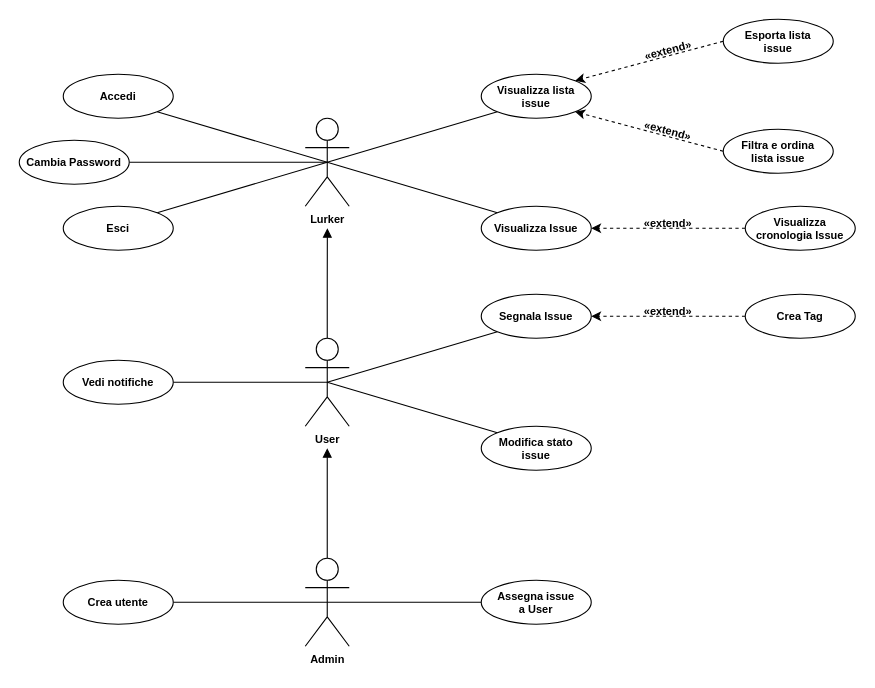
The draw.io diagram Documentazione/use_cases/Unified use cases/use_cases.drawio in Alessandro-uni/BugBoard26, before the edit. Source tidied: cells renumbered, new cells numbered last; positions are measured from the earlier drawing's top-left corner, leaving out a move shared by most shapes. Both pictures are drawn from the tidied source at 110%, with x=0, y=0 at pixel (19, 19).
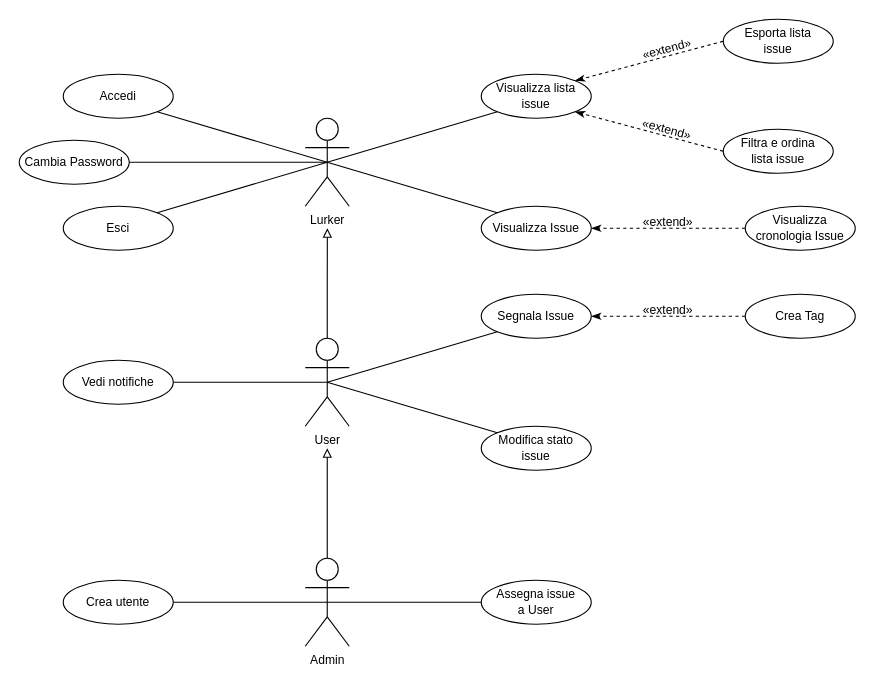
Above is the later version.

Commit message (it also covers changes not shown here):
use cases

Diff of the diagram source:
```diff
@@
-    <mxCell id="2" style="rounded=0;jettySize=auto;html=1;exitX=0.5;exitY=0.5;exitDx=0;exitDy=0;exitPerimeter=0;entryX=1;entryY=0;entryDx=0;entryDy=0;fontStyle=1;fontSize=10;endArrow=none;endFill=0;" parent="1" edge="1" source="7" target="21">
+    <mxCell id="2" style="rounded=0;jettySize=auto;html=1;exitX=0.5;exitY=0.5;exitDx=0;exitDy=0;exitPerimeter=0;entryX=1;entryY=0;entryDx=0;entryDy=0;fontStyle=0;fontSize=11;endArrow=none;endFill=0;labelBackgroundColor=default;" parent="1" edge="1" source="7" target="21">
       <mxGeometry relative="1" as="geometry" />
     </mxCell>
-    <mxCell id="3" style="rounded=0;jettySize=auto;html=1;exitX=0.5;exitY=0.5;exitDx=0;exitDy=0;exitPerimeter=0;entryX=1;entryY=1;entryDx=0;entryDy=0;fontStyle=1;fontSize=10;endArrow=none;endFill=0;" parent="1" edge="1" source="7" target="17">
+    <mxCell id="3" style="rounded=0;jettySize=auto;html=1;exitX=0.5;exitY=0.5;exitDx=0;exitDy=0;exitPerimeter=0;entryX=1;entryY=1;entryDx=0;entryDy=0;fontStyle=0;fontSize=11;endArrow=none;endFill=0;labelBackgroundColor=default;" parent="1" edge="1" source="7" target="17">
       <mxGeometry relative="1" as="geometry" />
     </mxCell>
-    <mxCell id="4" style="rounded=0;jettySize=auto;html=1;exitX=0.5;exitY=0.5;exitDx=0;exitDy=0;exitPerimeter=0;entryX=0;entryY=1;entryDx=0;entryDy=0;fontStyle=1;fontSize=10;endArrow=none;endFill=0;" parent="1" edge="1" source="7" target="22">
+    <mxCell id="4" style="rounded=0;jettySize=auto;html=1;exitX=0.5;exitY=0.5;exitDx=0;exitDy=0;exitPerimeter=0;entryX=0;entryY=1;entryDx=0;entryDy=0;fontStyle=0;fontSize=11;endArrow=none;endFill=0;labelBackgroundColor=default;" parent="1" edge="1" source="7" target="22">
       <mxGeometry relative="1" as="geometry" />
     </mxCell>
-    <mxCell id="5" style="rounded=0;jettySize=auto;html=1;exitX=0.5;exitY=0.5;exitDx=0;exitDy=0;exitPerimeter=0;entryX=0;entryY=0;entryDx=0;entryDy=0;fontStyle=1;fontSize=10;endArrow=none;endFill=0;" parent="1" edge="1" source="7" target="27">
+    <mxCell id="5" style="rounded=0;jettySize=auto;html=1;exitX=0.5;exitY=0.5;exitDx=0;exitDy=0;exitPerimeter=0;entryX=0;entryY=0;entryDx=0;entryDy=0;fontStyle=0;fontSize=11;endArrow=none;endFill=0;labelBackgroundColor=default;" parent="1" edge="1" source="7" target="27">
       <mxGeometry relative="1" as="geometry" />
     </mxCell>
-    <mxCell id="6" style="edgeStyle=orthogonalEdgeStyle;rounded=0;jettySize=auto;html=1;exitX=0.5;exitY=0.5;exitDx=0;exitDy=0;exitPerimeter=0;entryX=1;entryY=0.5;entryDx=0;entryDy=0;fontStyle=1;fontSize=10;endArrow=none;endFill=0;" parent="1" edge="1" source="7" target="30">
+    <mxCell id="6" style="edgeStyle=orthogonalEdgeStyle;rounded=0;jettySize=auto;html=1;exitX=0.5;exitY=0.5;exitDx=0;exitDy=0;exitPerimeter=0;entryX=1;entryY=0.5;entryDx=0;entryDy=0;fontStyle=0;fontSize=11;endArrow=none;endFill=0;labelBackgroundColor=default;" parent="1" edge="1" source="7" target="30">
       <mxGeometry relative="1" as="geometry" />
     </mxCell>
-    <mxCell id="7" value="Lurker" style="shape=umlActor;verticalLabelPosition=bottom;verticalAlign=top;html=1;outlineConnect=0;fontStyle=1;fontSize=10;" parent="1" vertex="1">
+    <mxCell id="7" value="Lurker" style="shape=umlActor;verticalLabelPosition=bottom;verticalAlign=top;html=1;outlineConnect=0;fontStyle=0;fontSize=11;labelBackgroundColor=none;fillColor=none;" parent="1" vertex="1">
       <mxGeometry x="260" y="90" width="40" height="80" as="geometry" />
     </mxCell>
-    <mxCell id="8" style="rounded=0;jettySize=auto;html=1;exitX=0.5;exitY=0.5;exitDx=0;exitDy=0;exitPerimeter=0;entryX=0;entryY=1;entryDx=0;entryDy=0;fontStyle=1;fontSize=10;endArrow=none;endFill=0;" parent="1" edge="1" source="11" target="18">
+    <mxCell id="8" style="rounded=0;jettySize=auto;html=1;exitX=0.5;exitY=0.5;exitDx=0;exitDy=0;exitPerimeter=0;entryX=0;entryY=1;entryDx=0;entryDy=0;fontStyle=0;fontSize=11;endArrow=none;endFill=0;labelBackgroundColor=default;" parent="1" edge="1" source="11" target="18">
       <mxGeometry relative="1" as="geometry" />
     </mxCell>
-    <mxCell id="9" style="rounded=0;jettySize=auto;html=1;exitX=0.5;exitY=0.5;exitDx=0;exitDy=0;exitPerimeter=0;entryX=1;entryY=0.5;entryDx=0;entryDy=0;fontStyle=1;fontSize=10;endArrow=none;endFill=0;" parent="1" edge="1" source="11" target="31">
+    <mxCell id="9" style="rounded=0;jettySize=auto;html=1;exitX=0.5;exitY=0.5;exitDx=0;exitDy=0;exitPerimeter=0;entryX=1;entryY=0.5;entryDx=0;entryDy=0;fontStyle=0;fontSize=11;endArrow=none;endFill=0;labelBackgroundColor=default;" parent="1" edge="1" source="11" target="31">
       <mxGeometry relative="1" as="geometry" />
     </mxCell>
-    <mxCell id="10" style="edgeStyle=orthogonalEdgeStyle;rounded=0;jettySize=auto;html=1;exitX=0.5;exitY=0;exitDx=0;exitDy=0;exitPerimeter=0;endArrow=block;endFill=1;" parent="1" edge="1" source="11">
+    <mxCell id="10" style="edgeStyle=orthogonalEdgeStyle;rounded=0;jettySize=auto;html=1;exitX=0.5;exitY=0;exitDx=0;exitDy=0;exitPerimeter=0;endArrow=block;endFill=0;labelBackgroundColor=default;curved=0;endSize=6;fontStyle=0;fontSize=11;" parent="1" edge="1" source="11">
       <mxGeometry relative="1" as="geometry">
         <mxPoint x="280.1" y="190" as="targetPoint" />
       </mxGeometry>
     </mxCell>
-    <mxCell id="11" value="User" style="shape=umlActor;verticalLabelPosition=bottom;verticalAlign=top;html=1;outlineConnect=0;fontStyle=1;fontSize=10;" parent="1" vertex="1">
+    <mxCell id="11" value="User" style="shape=umlActor;verticalLabelPosition=bottom;verticalAlign=top;html=1;outlineConnect=0;fontStyle=0;fontSize=11;labelBackgroundColor=none;fillColor=none;" parent="1" vertex="1">
       <mxGeometry x="260" y="290" width="40" height="80" as="geometry" />
     </mxCell>
-    <mxCell id="12" style="rounded=0;jettySize=auto;html=1;exitX=0.5;exitY=0.5;exitDx=0;exitDy=0;exitPerimeter=0;entryX=1;entryY=0.5;entryDx=0;entryDy=0;fontStyle=1;fontSize=10;endArrow=none;endFill=0;" parent="1" edge="1" source="15" target="16">
+    <mxCell id="12" style="rounded=0;jettySize=auto;html=1;exitX=0.5;exitY=0.5;exitDx=0;exitDy=0;exitPerimeter=0;entryX=1;entryY=0.5;entryDx=0;entryDy=0;fontStyle=0;fontSize=11;endArrow=none;endFill=0;labelBackgroundColor=default;" parent="1" edge="1" source="15" target="16">
       <mxGeometry relative="1" as="geometry" />
     </mxCell>
-    <mxCell id="13" style="rounded=0;jettySize=auto;html=1;exitX=0.5;exitY=0.5;exitDx=0;exitDy=0;exitPerimeter=0;entryX=0;entryY=0.5;entryDx=0;entryDy=0;fontStyle=1;fontSize=10;endArrow=none;endFill=0;" parent="1" edge="1" source="15" target="34">
+    <mxCell id="13" style="rounded=0;jettySize=auto;html=1;exitX=0.5;exitY=0.5;exitDx=0;exitDy=0;exitPerimeter=0;entryX=0;entryY=0.5;entryDx=0;entryDy=0;fontStyle=0;fontSize=11;endArrow=none;endFill=0;labelBackgroundColor=default;" parent="1" edge="1" source="15" target="34">
       <mxGeometry relative="1" as="geometry" />
     </mxCell>
-    <mxCell id="14" style="rounded=0;jettySize=auto;html=1;exitX=0.5;exitY=0;exitDx=0;exitDy=0;exitPerimeter=0;endArrow=block;endFill=1;" parent="1" edge="1" source="15">
+    <mxCell id="14" style="rounded=0;jettySize=auto;html=1;exitX=0.5;exitY=0;exitDx=0;exitDy=0;exitPerimeter=0;endArrow=block;endFill=0;labelBackgroundColor=default;curved=0;endSize=6;fontStyle=0;fontSize=11;" parent="1" edge="1" source="15">
       <mxGeometry relative="1" as="geometry">
         <mxPoint x="280" y="390" as="targetPoint" />
       </mxGeometry>
     </mxCell>
-    <mxCell id="15" value="Admin" style="shape=umlActor;verticalLabelPosition=bottom;verticalAlign=top;html=1;outlineConnect=0;fontStyle=1;fontSize=10;" parent="1" vertex="1">
+    <mxCell id="15" value="Admin" style="shape=umlActor;verticalLabelPosition=bottom;verticalAlign=top;html=1;outlineConnect=0;fontStyle=0;fontSize=11;labelBackgroundColor=none;fillColor=none;" parent="1" vertex="1">
       <mxGeometry x="260" y="490" width="40" height="80" as="geometry" />
     </mxCell>
-    <mxCell id="16" value="Crea utente" style="ellipse;whiteSpace=wrap;html=1;align=center;fontStyle=1;fontSize=10;" parent="1" vertex="1">
+    <mxCell id="16" value="Crea utente" style="ellipse;whiteSpace=wrap;html=1;align=center;fontStyle=0;fontSize=11;labelBackgroundColor=none;fillColor=none;" parent="1" vertex="1">
       <mxGeometry x="40" y="510" width="100" height="40" as="geometry" />
     </mxCell>
-    <mxCell id="17" value="Accedi" style="ellipse;whiteSpace=wrap;html=1;align=center;fontStyle=1;fontSize=10;" parent="1" vertex="1">
+    <mxCell id="17" value="Accedi" style="ellipse;whiteSpace=wrap;html=1;align=center;fontStyle=0;fontSize=11;labelBackgroundColor=none;fillColor=none;" parent="1" vertex="1">
       <mxGeometry x="40" y="50" width="100" height="40" as="geometry" />
     </mxCell>
-    <mxCell id="18" value="Segnala Issue" style="ellipse;whiteSpace=wrap;html=1;align=center;fontStyle=1;fontSize=10;" parent="1" vertex="1">
+    <mxCell id="18" value="Segnala Issue" style="ellipse;whiteSpace=wrap;html=1;align=center;fontStyle=0;fontSize=11;labelBackgroundColor=none;fillColor=none;" parent="1" vertex="1">
       <mxGeometry x="420" y="250" width="100" height="40" as="geometry" />
     </mxCell>
-    <mxCell id="19" style="rounded=0;jettySize=auto;html=1;exitX=0;exitY=0.5;exitDx=0;exitDy=0;entryX=1;entryY=0.5;entryDx=0;entryDy=0;fontStyle=1;fontSize=10;dashed=1;" parent="1" edge="1" source="20" target="18">
+    <mxCell id="19" style="rounded=0;jettySize=auto;html=1;exitX=0;exitY=0.5;exitDx=0;exitDy=0;entryX=1;entryY=0.5;entryDx=0;entryDy=0;fontStyle=0;fontSize=11;dashed=1;labelBackgroundColor=default;endArrow=classicThin;endFill=1;" parent="1" edge="1" source="20" target="18">
       <mxGeometry relative="1" as="geometry" />
     </mxCell>
-    <mxCell id="20" value="Crea Tag" style="ellipse;whiteSpace=wrap;html=1;align=center;fontStyle=1;fontSize=10;" parent="1" vertex="1">
+    <mxCell id="20" value="Crea Tag" style="ellipse;whiteSpace=wrap;html=1;align=center;fontStyle=0;fontSize=11;labelBackgroundColor=none;fillColor=none;" parent="1" vertex="1">
       <mxGeometry x="660" y="250" width="100" height="40" as="geometry" />
     </mxCell>
-    <mxCell id="21" value="Esci" style="ellipse;whiteSpace=wrap;html=1;align=center;fontStyle=1;fontSize=10;" parent="1" vertex="1">
+    <mxCell id="21" value="Esci" style="ellipse;whiteSpace=wrap;html=1;align=center;fontStyle=0;fontSize=11;labelBackgroundColor=none;fillColor=none;" parent="1" vertex="1">
       <mxGeometry x="40" y="170" width="100" height="40" as="geometry" />
     </mxCell>
-    <mxCell id="22" value="Visualizza lista&lt;br&gt;issue" style="ellipse;whiteSpace=wrap;html=1;align=center;fontStyle=1;fontSize=10;" parent="1" vertex="1">
+    <mxCell id="22" value="Visualizza lista&lt;br&gt;issue" style="ellipse;whiteSpace=wrap;html=1;align=center;fontStyle=0;fontSize=11;labelBackgroundColor=none;fillColor=none;" parent="1" vertex="1">
       <mxGeometry x="420" y="50" width="100" height="40" as="geometry" />
     </mxCell>
-    <mxCell id="23" style="rounded=0;jettySize=auto;html=1;exitX=0;exitY=0.5;exitDx=0;exitDy=0;entryX=1;entryY=0;entryDx=0;entryDy=0;fontStyle=1;fontSize=10;dashed=1;" parent="1" edge="1" source="24" target="22">
+    <mxCell id="23" style="rounded=0;jettySize=auto;html=1;exitX=0;exitY=0.5;exitDx=0;exitDy=0;entryX=1;entryY=0;entryDx=0;entryDy=0;fontStyle=0;fontSize=11;dashed=1;labelBackgroundColor=default;endArrow=classicThin;endFill=1;" parent="1" edge="1" source="24" target="22">
       <mxGeometry x="-0.22" y="-17" relative="1" as="geometry" />
     </mxCell>
-    <mxCell id="24" value="Esporta lista&lt;br&gt;issue" style="ellipse;whiteSpace=wrap;html=1;align=center;fontStyle=1;fontSize=10;" parent="1" vertex="1">
+    <mxCell id="24" value="Esporta lista&lt;br&gt;issue" style="ellipse;whiteSpace=wrap;html=1;align=center;fontStyle=0;fontSize=11;labelBackgroundColor=none;fillColor=none;" parent="1" vertex="1">
       <mxGeometry x="640" width="100" height="40" as="geometry" />
     </mxCell>
-    <mxCell id="25" style="rounded=0;jettySize=auto;html=1;exitX=0;exitY=0.5;exitDx=0;exitDy=0;entryX=1;entryY=1;entryDx=0;entryDy=0;fontStyle=1;fontSize=10;dashed=1;jumpSize=6;jumpStyle=none;" parent="1" edge="1" source="26" target="22">
+    <mxCell id="25" style="rounded=0;jettySize=auto;html=1;exitX=0;exitY=0.5;exitDx=0;exitDy=0;entryX=1;entryY=1;entryDx=0;entryDy=0;fontStyle=0;fontSize=11;dashed=1;jumpSize=6;jumpStyle=none;labelBackgroundColor=default;endArrow=classicThin;endFill=1;" parent="1" edge="1" source="26" target="22">
       <mxGeometry relative="1" as="geometry" />
     </mxCell>
-    <mxCell id="26" value="Filtra e ordina&lt;br&gt;lista issue" style="ellipse;whiteSpace=wrap;html=1;align=center;fontStyle=1;fontSize=10;" parent="1" vertex="1">
+    <mxCell id="26" value="Filtra e ordina&lt;br&gt;lista issue" style="ellipse;whiteSpace=wrap;html=1;align=center;fontStyle=0;fontSize=11;labelBackgroundColor=none;fillColor=none;" parent="1" vertex="1">
       <mxGeometry x="640" y="100" width="100" height="40" as="geometry" />
     </mxCell>
-    <mxCell id="27" value="Visualizza Issue" style="ellipse;whiteSpace=wrap;html=1;align=center;fontStyle=1;fontSize=10;" parent="1" vertex="1">
+    <mxCell id="27" value="Visualizza Issue" style="ellipse;whiteSpace=wrap;html=1;align=center;fontStyle=0;fontSize=11;labelBackgroundColor=none;fillColor=none;" parent="1" vertex="1">
       <mxGeometry x="420" y="170" width="100" height="40" as="geometry" />
     </mxCell>
-    <mxCell id="28" style="rounded=0;jettySize=auto;html=1;exitX=0;exitY=0.5;exitDx=0;exitDy=0;entryX=1;entryY=0.5;entryDx=0;entryDy=0;fontSize=10;dashed=1;" parent="1" edge="1" source="29" target="27">
+    <mxCell id="28" style="rounded=0;jettySize=auto;html=1;exitX=0;exitY=0.5;exitDx=0;exitDy=0;entryX=1;entryY=0.5;entryDx=0;entryDy=0;fontSize=11;dashed=1;labelBackgroundColor=default;endArrow=classicThin;endFill=1;fontStyle=0;" parent="1" edge="1" source="29" target="27">
       <mxGeometry relative="1" as="geometry" />
     </mxCell>
-    <mxCell id="29" value="Visualizza&lt;br&gt;cronologia Issue" style="ellipse;whiteSpace=wrap;html=1;align=center;fontStyle=1;fontSize=10;" parent="1" vertex="1">
+    <mxCell id="29" value="Visualizza&lt;br&gt;cronologia Issue" style="ellipse;whiteSpace=wrap;html=1;align=center;fontStyle=0;fontSize=11;labelBackgroundColor=none;fillColor=none;" parent="1" vertex="1">
       <mxGeometry x="660" y="170" width="100" height="40" as="geometry" />
     </mxCell>
-    <mxCell id="30" value="Cambia Password" style="ellipse;whiteSpace=wrap;html=1;align=center;fontStyle=1;fontSize=10;" parent="1" vertex="1">
+    <mxCell id="30" value="Cambia Password" style="ellipse;whiteSpace=wrap;html=1;align=center;fontStyle=0;fontSize=11;labelBackgroundColor=none;fillColor=none;" parent="1" vertex="1">
       <mxGeometry y="110" width="100" height="40" as="geometry" />
     </mxCell>
-    <mxCell id="31" value="Vedi notifiche" style="ellipse;whiteSpace=wrap;html=1;align=center;fontStyle=1;fontSize=10;" parent="1" vertex="1">
+    <mxCell id="31" value="Vedi notifiche" style="ellipse;whiteSpace=wrap;html=1;align=center;fontStyle=0;fontSize=11;labelBackgroundColor=none;fillColor=none;" parent="1" vertex="1">
       <mxGeometry x="40" y="310" width="100" height="40" as="geometry" />
     </mxCell>
-    <mxCell id="32" style="rounded=0;jettySize=auto;html=1;exitX=0.5;exitY=0.5;exitDx=0;exitDy=0;exitPerimeter=0;entryX=0;entryY=0;entryDx=0;entryDy=0;fontStyle=1;fontSize=10;endArrow=none;endFill=0;" parent="1" edge="1" source="11" target="33">
+    <mxCell id="32" style="rounded=0;jettySize=auto;html=1;exitX=0.5;exitY=0.5;exitDx=0;exitDy=0;exitPerimeter=0;entryX=0;entryY=0;entryDx=0;entryDy=0;fontStyle=0;fontSize=11;endArrow=none;endFill=0;labelBackgroundColor=default;" parent="1" edge="1" source="11" target="33">
       <mxGeometry relative="1" as="geometry" />
     </mxCell>
-    <mxCell id="33" value="Modifica stato&lt;br&gt;issue" style="ellipse;whiteSpace=wrap;html=1;align=center;fontStyle=1;fontSize=10;" parent="1" vertex="1">
+    <mxCell id="33" value="Modifica stato&lt;br&gt;issue" style="ellipse;whiteSpace=wrap;html=1;align=center;fontStyle=0;fontSize=11;labelBackgroundColor=none;fillColor=none;" parent="1" vertex="1">
       <mxGeometry x="420" y="370" width="100" height="40" as="geometry" />
     </mxCell>
-    <mxCell id="34" value="Assegna issue&lt;br&gt;a User" style="ellipse;whiteSpace=wrap;html=1;align=center;fontStyle=1;fontSize=10;" parent="1" vertex="1">
+    <mxCell id="34" value="Assegna issue&lt;br&gt;a User" style="ellipse;whiteSpace=wrap;html=1;align=center;fontStyle=0;fontSize=11;labelBackgroundColor=none;fillColor=none;" parent="1" vertex="1">
       <mxGeometry x="420" y="510" width="100" height="40" as="geometry" />
     </mxCell>
-    <mxCell id="35" value="«extend» " style="text;html=1;whiteSpace=wrap;strokeColor=none;fillColor=none;align=center;verticalAlign=middle;rounded=0;fontStyle=1;rotation=345;fontSize=10;" parent="1" vertex="1">
-      <mxGeometry x="560" y="13" width="60" height="30" as="geometry" />
+    <mxCell id="35" value="«extend» " style="text;html=1;whiteSpace=wrap;align=center;verticalAlign=middle;rounded=0;fontStyle=0;rotation=345;fontSize=11;labelBackgroundColor=none;" parent="1" vertex="1">
+      <mxGeometry x="559" y="12" width="60" height="30" as="geometry" />
     </mxCell>
-    <mxCell id="36" value="«extend» " style="text;html=1;whiteSpace=wrap;strokeColor=none;fillColor=none;align=center;verticalAlign=middle;rounded=0;fontStyle=1;rotation=15;fontSize=10;" parent="1" vertex="1">
-      <mxGeometry x="560" y="86" width="60" height="30" as="geometry" />
+    <mxCell id="36" value="«extend» " style="text;html=1;whiteSpace=wrap;align=center;verticalAlign=middle;rounded=0;fontStyle=0;rotation=15;fontSize=11;labelBackgroundColor=none;" parent="1" vertex="1">
+      <mxGeometry x="559" y="85" width="60" height="30" as="geometry" />
     </mxCell>
-    <mxCell id="37" value="«extend» " style="text;html=1;whiteSpace=wrap;strokeColor=none;fillColor=none;align=center;verticalAlign=middle;rounded=0;fontStyle=1;rotation=0;fontSize=10;" parent="1" vertex="1">
-      <mxGeometry x="560" y="169.6" width="60" height="30" as="geometry" />
+    <mxCell id="37" value="«extend» " style="text;html=1;whiteSpace=wrap;align=center;verticalAlign=middle;rounded=0;fontStyle=0;rotation=0;fontSize=11;labelBackgroundColor=none;" parent="1" vertex="1">
+      <mxGeometry x="560" y="168.6" width="60" height="30" as="geometry" />
     </mxCell>
-    <mxCell id="38" value="«extend» " style="text;html=1;whiteSpace=wrap;strokeColor=none;fillColor=none;align=center;verticalAlign=middle;rounded=0;fontStyle=1;rotation=0;fontSize=10;" parent="1" vertex="1">
-      <mxGeometry x="560" y="250" width="60" height="30" as="geometry" />
+    <mxCell id="38" value="«extend» " style="text;html=1;whiteSpace=wrap;align=center;verticalAlign=middle;rounded=0;fontStyle=0;rotation=0;fontSize=11;labelBackgroundColor=none;" parent="1" vertex="1">
+      <mxGeometry x="560" y="249" width="60" height="30" as="geometry" />
     </mxCell>
```
